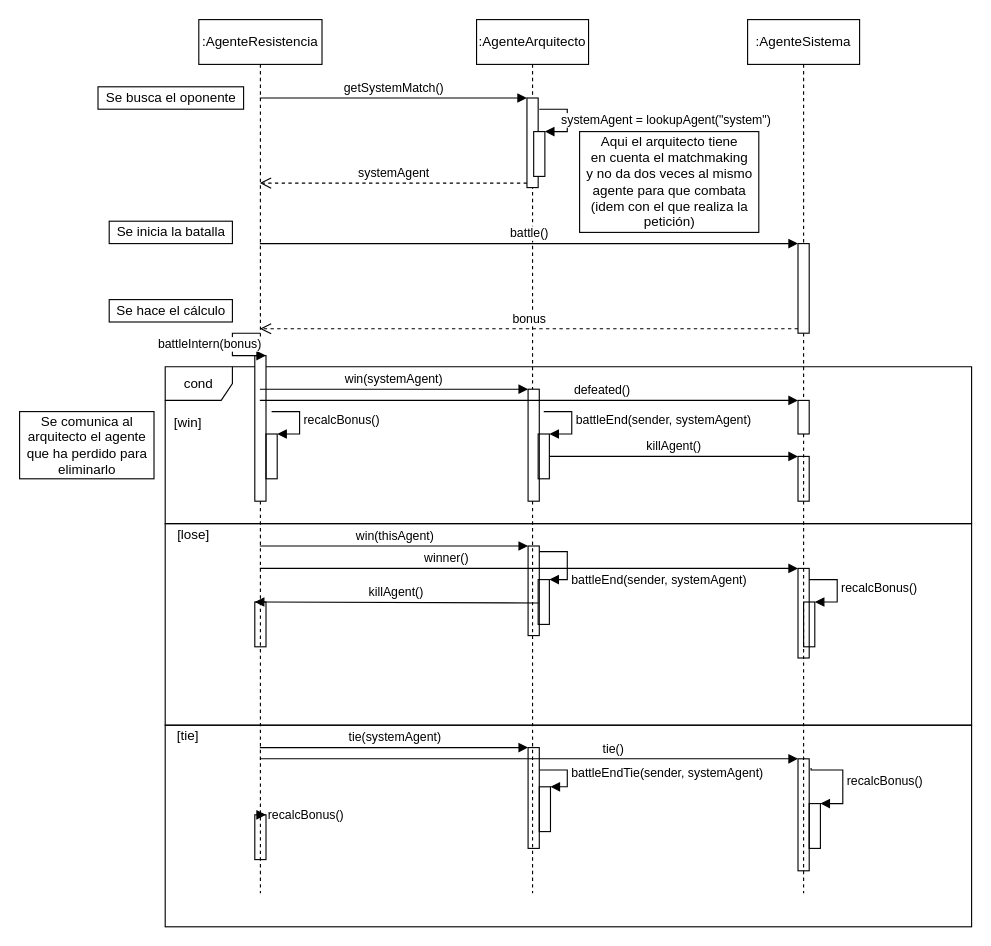
This is Practica6/DiagramaSecuenciaBatalla.drawio from piter1902/trabajo_satd, a draw.io file, before an edit. Source tidied: cells renumbered, new cells numbered last; positions are measured from the earlier drawing's top-left corner, leaving out a move shared by most shapes. Both pictures are drawn from the tidied source at 112%, with x=0, y=0 at pixel (19, 19).
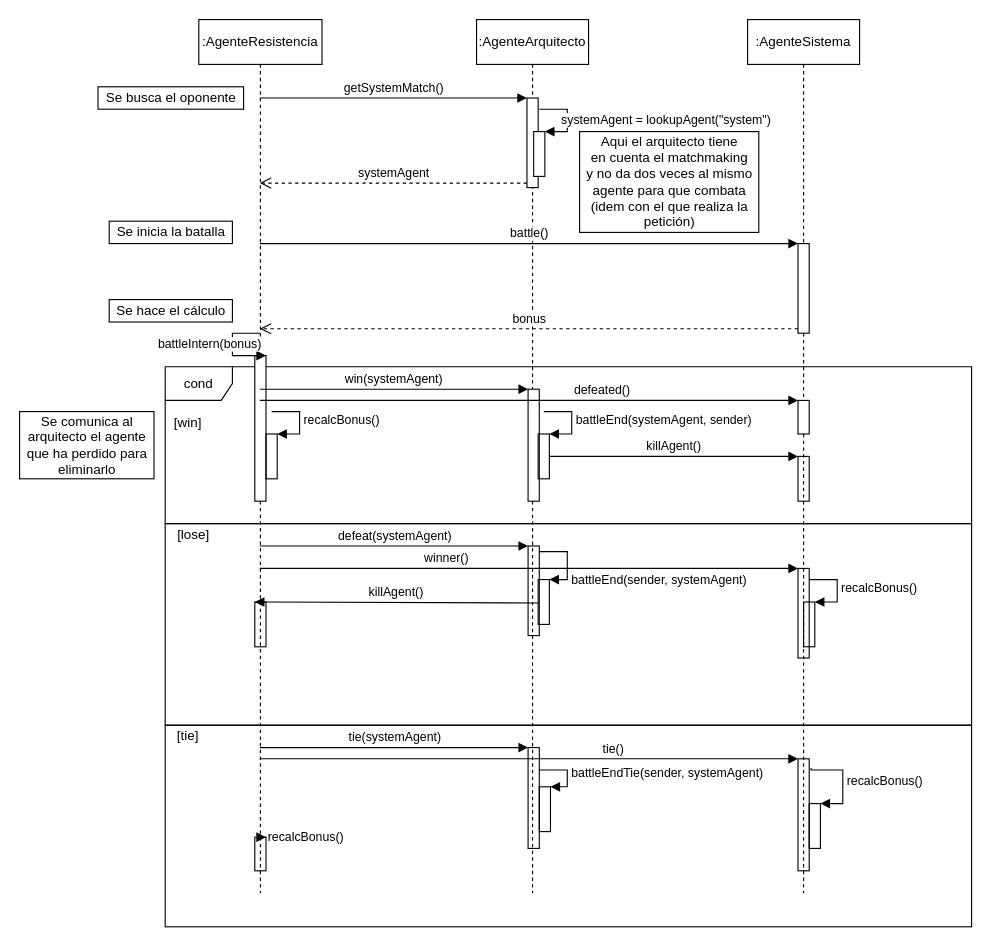
Above is the later version.

Unchanged cells that the change refers to:
```xml
<mxCell id="6" value=":AgenteResistencia" style="shape=umlLifeline;perimeter=lifelinePerimeter;whiteSpace=wrap;html=1;outlineConnect=0;" parent="1" vertex="1">
  <mxGeometry x="160" width="110" height="780" as="geometry" />
</mxCell>
<mxCell id="14" value=":AgenteArquitecto" style="shape=umlLifeline;perimeter=lifelinePerimeter;whiteSpace=wrap;html=1;" parent="1" vertex="1">
  <mxGeometry x="408" width="100" height="780" as="geometry" />
</mxCell>
<mxCell id="19" style="html=1;points=[];perimeter=orthogonalPerimeter;strokeColor=#000000;fillColor=none;" parent="14" vertex="1">
  <mxGeometry x="55" y="370" width="10" height="40" as="geometry" />
</mxCell>
<mxCell id="21" style="html=1;points=[];perimeter=orthogonalPerimeter;strokeColor=#000000;fillColor=none;" parent="14" vertex="1">
  <mxGeometry x="46" y="470" width="10" height="80" as="geometry" />
</mxCell>
```

Diff of the diagram source:
```diff
@@
     <mxCell id="12" style="html=1;points=[];perimeter=orthogonalPerimeter;strokeColor=#000000;fillColor=none;" parent="6" vertex="1">
-      <mxGeometry x="50" y="710" width="10" height="40" as="geometry" />
+      <mxGeometry x="50" y="730" width="10" height="30" as="geometry" />
     </mxCell>
     <mxCell id="13" value="recalcBonus()" style="edgeStyle=orthogonalEdgeStyle;html=1;align=left;spacingLeft=2;endArrow=block;rounded=0;entryX=1;entryY=0;" parent="6" edge="1" source="6" target="12">
-      <mxGeometry relative="1" as="geometry">
+      <mxGeometry x="0.07" relative="1" as="geometry">
         <Array as="points">
-          <mxPoint x="80" y="680" />
           <mxPoint x="80" y="710" />
+          <mxPoint x="80" y="730" />
         </Array>
       </mxGeometry>
     </mxCell>
@@
-    <mxCell id="20" value="battleEnd(sender, systemAgent)" style="edgeStyle=orthogonalEdgeStyle;html=1;align=left;spacingLeft=2;endArrow=block;rounded=0;entryX=1;entryY=0;" parent="14" edge="1" target="19">
+    <mxCell id="20" value="battleEnd(systemAgent, sender)" style="edgeStyle=orthogonalEdgeStyle;html=1;align=left;spacingLeft=2;endArrow=block;rounded=0;entryX=1;entryY=0;" parent="14" edge="1" target="19">
       <mxGeometry relative="1" as="geometry">
         <mxPoint x="60" y="350" as="sourcePoint" />
         <Array as="points">
           <mxPoint x="85" y="350" />
         </Array>
       </mxGeometry>
     </mxCell>
@@
-    <mxCell id="48" value="win(thisAgent)" style="html=1;verticalAlign=bottom;endArrow=block;entryX=0;entryY=0;" parent="1" edge="1" source="6" target="21">
+    <mxCell id="48" value="defeat(systemAgent)" style="html=1;verticalAlign=bottom;endArrow=block;entryX=0;entryY=0;" parent="1" edge="1" source="6" target="21">
       <mxGeometry relative="1" as="geometry" />
     </mxCell>
```
